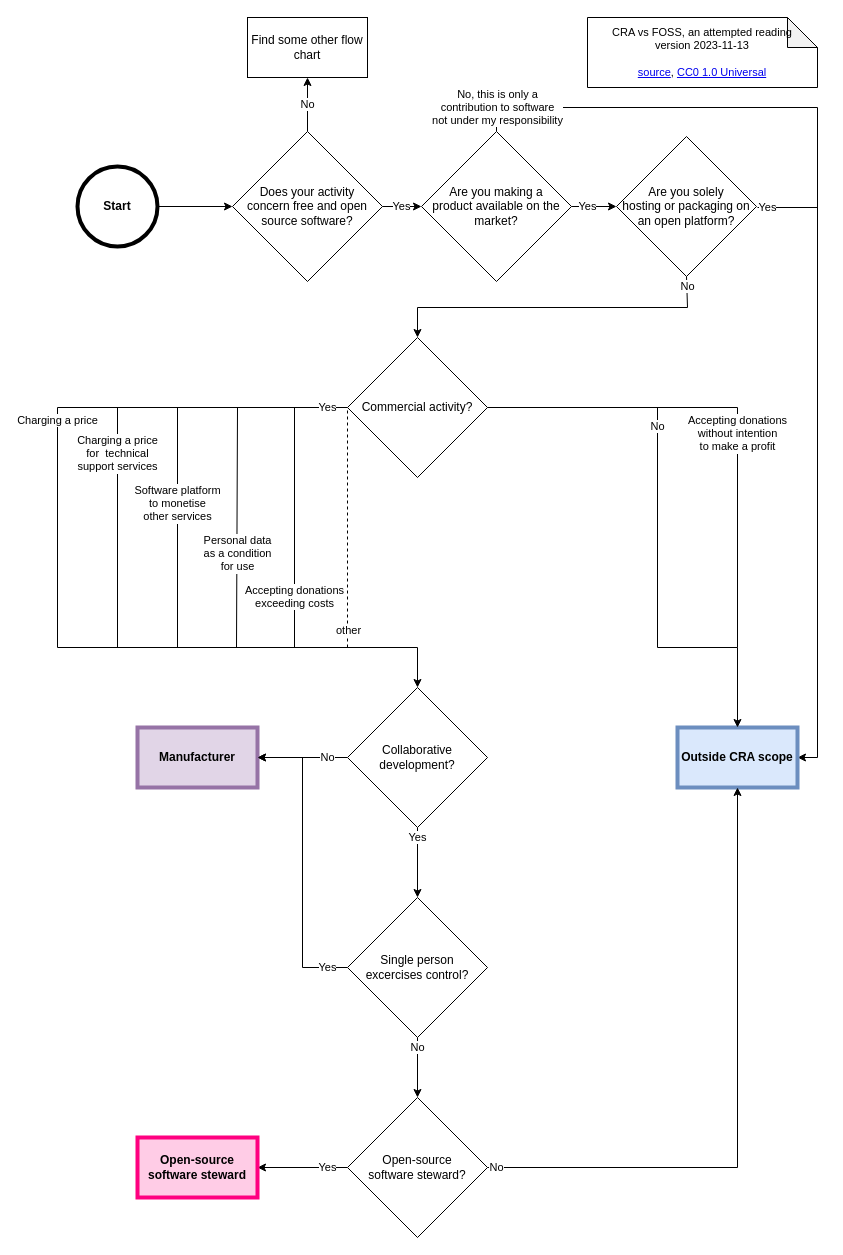
This is FOSS flowchart.drawio from kappapiana/cra-foss-diagram, a draw.io file, before an edit. Source tidied: cells renumbered, new cells numbered last; positions are measured from the earlier drawing's top-left corner, leaving out a move shared by most shapes. Both pictures are drawn from the tidied source at 100%, with x=0, y=0 at pixel (57, 17).
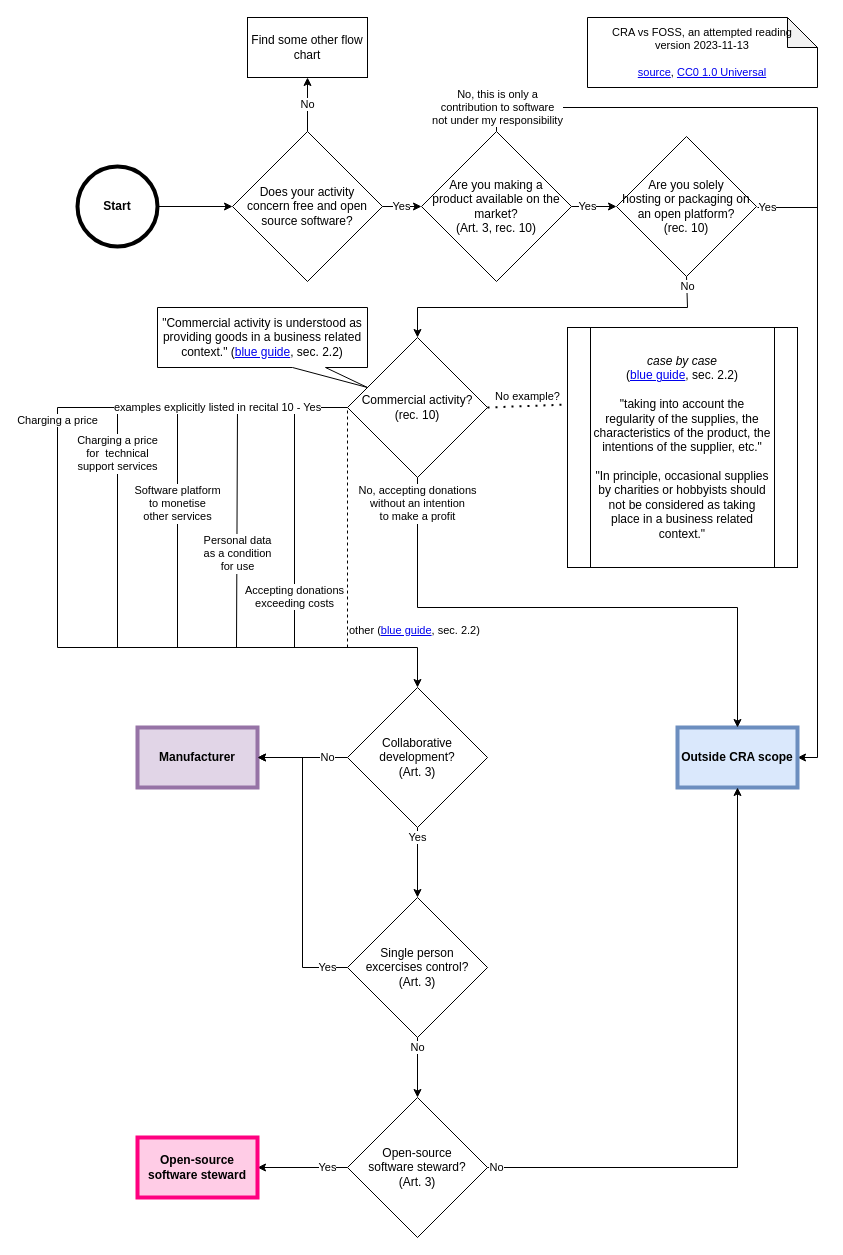
After the change.

Commit message:
add references, blue guide bits

Unchanged cells that the change refers to:
```xml
<mxCell id="24" style="endArrow=none;dashed=1;html=1;rounded=0;entryX=0;entryY=0.5;entryDx=0;entryDy=0;fontStyle=0;" parent="1" edge="1" target="2">
  <mxGeometry relative="1" as="geometry">
    <mxPoint x="290" y="630" as="sourcePoint" />
  </mxGeometry>
</mxCell>
<mxCell id="26" value="Outside CRA scope" style="rounded=0;whiteSpace=wrap;html=1;fillColor=#dae8fc;strokeColor=#6c8ebf;fontStyle=1;strokeWidth=4;" parent="1" vertex="1">
  <mxGeometry x="620" y="710" width="120" height="60" as="geometry" />
</mxCell>
```

What changed in the source:
```diff
@@
-    <mxCell id="2" value="Commercial activity?" style="rhombus;whiteSpace=wrap;html=1;fontStyle=0;" parent="1" vertex="1">
+    <mxCell id="2" value="Commercial activity?&lt;br&gt;(rec. 10)" style="rhombus;whiteSpace=wrap;html=1;fontStyle=0;" parent="1" vertex="1">
       <mxGeometry x="290" y="320" width="140" height="140" as="geometry" />
     </mxCell>
@@
-    <mxCell id="7" value="Are you making a&lt;br&gt;product available on the market?" style="rhombus;whiteSpace=wrap;html=1;fontSize=12;fontStyle=0;" parent="1" vertex="1">
+    <mxCell id="7" value="Are you making a&lt;br&gt;product available on the market?&lt;br&gt;(Art. 3, rec. 10)" style="rhombus;whiteSpace=wrap;html=1;fontSize=12;fontStyle=0;" parent="1" vertex="1">
       <mxGeometry x="364" y="114" width="150" height="150" as="geometry" />
     </mxCell>
-    <mxCell id="8" value="Are you solely&lt;br&gt;hosting or packaging on an open platform?" style="rhombus;whiteSpace=wrap;html=1;fontStyle=0;" parent="1" vertex="1">
+    <mxCell id="8" value="Are you solely&lt;br&gt;hosting or packaging on an open platform?&lt;br&gt;(rec. 10)" style="rhombus;whiteSpace=wrap;html=1;fontStyle=0;" parent="1" vertex="1">
       <mxGeometry x="559" y="119" width="140" height="140" as="geometry" />
     </mxCell>
@@
-    <mxCell id="16" value="Collaborative development?" style="rhombus;whiteSpace=wrap;html=1;fontStyle=0;" parent="1" vertex="1">
+    <mxCell id="16" value="Collaborative development?&lt;br&gt;(Art. 3)" style="rhombus;whiteSpace=wrap;html=1;fontStyle=0;" parent="1" vertex="1">
       <mxGeometry x="290" y="670" width="140" height="140" as="geometry" />
     </mxCell>
@@
-    <mxCell id="22" value="Yes" style="endArrow=none;html=1;rounded=0;entryX=0;entryY=0.5;entryDx=0;entryDy=0;fontStyle=0;" parent="1" edge="1" target="2">
-      <mxGeometry x="0.86" relative="1" as="geometry">
+    <mxCell id="22" value="&lt;div&gt;examples explicitly listed in recital 10 - Yes&lt;/div&gt;" style="endArrow=none;html=1;rounded=0;entryX=0;entryY=0.5;entryDx=0;entryDy=0;fontStyle=0;" parent="1" edge="1" target="2">
+      <mxGeometry x="0.1" relative="1" as="geometry">
         <mxPoint y="390" as="sourcePoint" />
       </mxGeometry>
     </mxCell>
@@
-    <mxCell id="25" value="other" style="edgeLabel;html=1;align=center;verticalAlign=top;fontStyle=0;" parent="24" vertex="1">
+    <mxCell id="25" value="other (&lt;a href=&quot;https://eur-lex.europa.eu/legal-content/EN/TXT/PDF/?uri=OJ:C:2022:247:FULL&quot;&gt;blue guide&lt;/a&gt;, sec. 2.2)" style="edgeLabel;html=1;align=left;verticalAlign=top;fontStyle=0;labelPosition=right;verticalLabelPosition=bottom;" parent="24" vertex="1">
       <mxGeometry x="-0.82" y="-2" relative="1" as="geometry">
         <mxPoint x="-2" y="-8" as="offset" />
       </mxGeometry>
     </mxCell>
@@
-    <mxCell id="31" value="Single person&lt;br&gt;excercises control?" style="rhombus;whiteSpace=wrap;html=1;fontStyle=0;" parent="1" vertex="1">
+    <mxCell id="31" value="Single person&lt;br&gt;excercises control?&lt;br&gt;(Art. 3)" style="rhombus;whiteSpace=wrap;html=1;fontStyle=0;" parent="1" vertex="1">
       <mxGeometry x="290" y="880" width="140" height="140" as="geometry" />
     </mxCell>
@@
-    <mxCell id="34" value="Open-source&lt;br&gt;software steward?" style="rhombus;whiteSpace=wrap;html=1;fontStyle=0;" parent="1" vertex="1">
+    <mxCell id="34" value="Open-source&lt;br&gt;software steward?&lt;br&gt;(Art. 3)" style="rhombus;whiteSpace=wrap;html=1;fontStyle=0;" parent="1" vertex="1">
       <mxGeometry x="290" y="1080" width="140" height="140" as="geometry" />
     </mxCell>
@@
-    <mxCell id="36" style="endArrow=classic;html=1;rounded=0;entryX=0.5;entryY=0;entryDx=0;entryDy=0;fontStyle=0;" parent="1" edge="1" target="26">
-      <mxGeometry relative="1" as="geometry">
-        <mxPoint x="680" y="630" as="sourcePoint" />
+    <mxCell id="36" value="&lt;div&gt;No, accepting donations&lt;/div&gt;&lt;div&gt;without an intention&lt;/div&gt;&lt;div&gt;to make a profit&lt;/div&gt;" style="endArrow=classic;html=1;rounded=0;entryX=0.5;entryY=0;entryDx=0;entryDy=0;fontStyle=0;exitX=0.5;exitY=1;exitDx=0;exitDy=0;labelPosition=center;verticalLabelPosition=bottom;align=center;verticalAlign=top;" parent="1" edge="1" source="2" target="26">
+      <mxGeometry x="-1" relative="1" as="geometry">
+        <Array as="points">
+          <mxPoint x="360" y="590" />
+          <mxPoint x="680" y="590" />
+        </Array>
       </mxGeometry>
     </mxCell>
-    <mxCell id="37" style="endArrow=none;html=1;rounded=0;exitX=1;exitY=0.5;exitDx=0;exitDy=0;fontStyle=0;" parent="1" edge="1" source="2">
-      <mxGeometry relative="1" as="geometry">
-        <mxPoint x="680" y="390" as="targetPoint" />
-      </mxGeometry>
-    </mxCell>
-    <mxCell id="38" value="No" style="endArrow=none;html=1;rounded=0;fontStyle=0;" parent="1" edge="1">
-      <mxGeometry x="0.88" relative="1" as="geometry">
-        <mxPoint x="680" y="630" as="sourcePoint" />
-        <mxPoint x="600" y="390" as="targetPoint" />
-        <Array as="points">
-          <mxPoint x="600" y="630" />
-        </Array>
-      </mxGeometry>
-    </mxCell>
-    <mxCell id="39" value="Accepting donations&lt;br&gt;without intention&lt;br&gt;to make a profit" style="endArrow=none;html=1;rounded=0;verticalAlign=top;fontStyle=0;" parent="1" edge="1">
-      <mxGeometry x="1" relative="1" as="geometry">
-        <mxPoint x="680" y="630" as="sourcePoint" />
-        <mxPoint x="680" y="390" as="targetPoint" />
-      </mxGeometry>
-    </mxCell>
@@
+    <mxCell id="41" value="&quot;Commercial activity is understood as providing goods in a business related context.&quot; (&lt;a href=&quot;https://eur-lex.europa.eu/legal-content/EN/TXT/PDF/?uri=OJ:C:2022:247:FULL&quot;&gt;blue guide&lt;/a&gt;, sec. 2.2)" style="shape=callout;whiteSpace=wrap;html=1;perimeter=calloutPerimeter;position2=0;size=20;position=0.2;base=33;flipH=1;" parent="1" vertex="1">
+      <mxGeometry x="100" y="290" width="210" height="80" as="geometry" />
+    </mxCell>
+    <mxCell id="42" value="&lt;div&gt;&lt;i&gt;case by case&lt;br&gt;&lt;/i&gt;(&lt;a href=&quot;https://eur-lex.europa.eu/legal-content/EN/TXT/PDF/?uri=OJ:C:2022:247:FULL&quot;&gt;blue guide&lt;/a&gt;, sec. 2.2)&lt;br&gt;&lt;br&gt;&lt;/div&gt;&lt;div&gt;&quot;taking into account the &lt;br&gt;regularity of the supplies, the characteristics of the product, the intentions of the supplier, etc.&quot;&lt;br&gt;&lt;/div&gt;&lt;div&gt;&lt;br&gt;&quot;In principle, occasional supplies by charities or hobbyists should not be considered as taking&lt;br&gt;place in a business related context.&quot;&lt;br&gt;&lt;/div&gt;" style="shape=process;whiteSpace=wrap;html=1;backgroundOutline=1;" parent="1" vertex="1">
+      <mxGeometry x="510" y="310" width="230" height="240" as="geometry" />
+    </mxCell>
+    <mxCell id="43" value="No example?" style="endArrow=none;dashed=1;html=1;dashPattern=1 3;strokeWidth=2;rounded=0;entryX=0.001;entryY=0.321;entryDx=0;entryDy=0;entryPerimeter=0;exitX=1;exitY=0.5;exitDx=0;exitDy=0;" parent="1" edge="1" source="2" target="42">
+      <mxGeometry y="10" relative="1" as="geometry" />
+    </mxCell>
```
